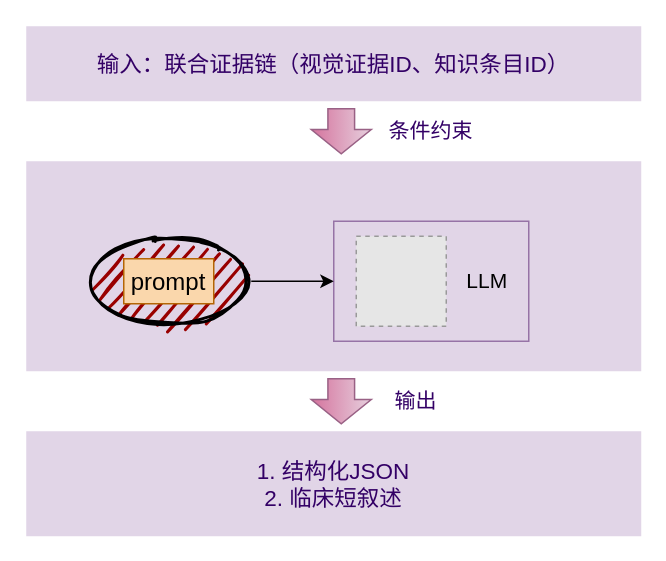
Earlier version of the draw.io diagram ThesisProposal/draft/开题报告-cc-v5/figures_v3/图10受约束报告生成流程示意图.drawio (XiaoHG/medical-report-generation). Source tidied: cells renumbered, new cells numbered last; positions are measured from the earlier drawing's top-left corner, leaving out a move shared by most shapes. Both pictures are drawn from the tidied source at 150%, with x=0, y=0 at pixel (26, 26). Pictures stored in the file or linked from it are replaced by grey dashed boxes.
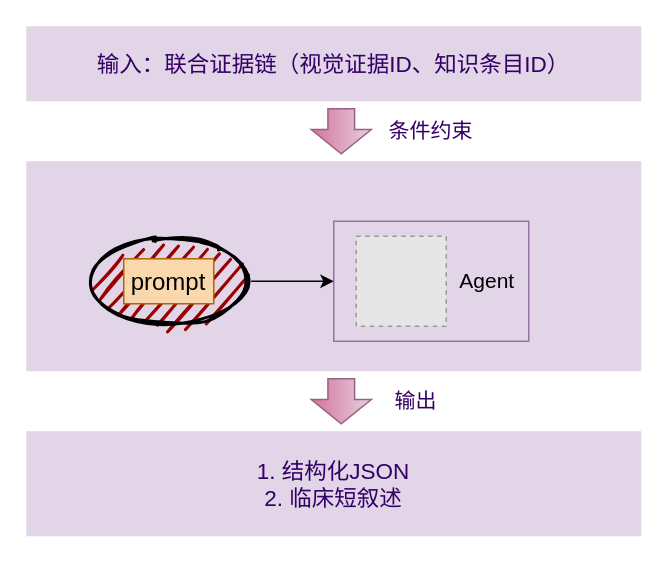
After the change.

Commit message (it also covers changes not shown here):
更新开题报告 v5 配图与文档

The edit, as a diff of the source:
```diff
@@
 <mxGraphModel>
   <root>
     <mxCell id="0" />
     <mxCell id="1" parent="0" />
     <mxCell id="2" value="输入：联合证据链（视觉证据ID、知识条目ID）" style="rounded=0;whiteSpace=wrap;html=1;fontSize=15;fillColor=#e1d5e7;strokeColor=none;fontColor=#330066;" parent="1" vertex="1">
       <mxGeometry width="410" height="50" as="geometry" />
     </mxCell>
     <mxCell id="3" style="rounded=0;whiteSpace=wrap;html=1;fontSize=15;fillColor=#e1d5e7;strokeColor=none;" parent="1" vertex="1">
       <mxGeometry y="90" width="410" height="140" as="geometry" />
     </mxCell>
     <mxCell id="4" style="rounded=1;whiteSpace=wrap;html=1;fontSize=14;arcSize=0;fillColor=#e1d5e7;strokeColor=#9673a6;fontStyle=0;fontColor=#330066;" parent="1" vertex="1">
       <mxGeometry x="205" y="130" width="130" height="80" as="geometry" />
     </mxCell>
     <mxCell id="5" value="1. 结构化JSON&lt;br&gt;2. 临床短叙述" style="rounded=0;whiteSpace=wrap;html=1;fontSize=15;fillColor=#e1d5e7;strokeColor=none;fontColor=#330066;" parent="1" vertex="1">
       <mxGeometry y="270" width="410" height="70" as="geometry" />
     </mxCell>
     <mxCell id="6" value="条件约束" style="text;html=1;whiteSpace=wrap;strokeColor=none;fillColor=none;align=center;verticalAlign=middle;rounded=0;fontSize=14;fontColor=#330066;" parent="1" vertex="1">
       <mxGeometry x="240" y="55" width="60" height="30" as="geometry" />
     </mxCell>
     <mxCell id="7" style="shape=singleArrow;whiteSpace=wrap;html=1;direction=south;arrowWidth=0.4444444444444457;arrowSize=0.5395833333333314;fillColor=#e6d0de;gradientColor=#d5739d;strokeColor=#996185;" parent="1" vertex="1">
       <mxGeometry x="190" y="55" width="40" height="30" as="geometry" />
     </mxCell>
     <mxCell id="8" style="shape=singleArrow;whiteSpace=wrap;html=1;direction=south;arrowWidth=0.4444444444444457;arrowSize=0.5395833333333314;fillColor=#e6d0de;gradientColor=#d5739d;strokeColor=#996185;" parent="1" vertex="1">
       <mxGeometry x="190" y="235" width="40" height="30" as="geometry" />
     </mxCell>
     <mxCell id="9" value="输出" style="text;html=1;whiteSpace=wrap;strokeColor=none;fillColor=none;align=center;verticalAlign=middle;rounded=0;fontSize=14;fontColor=#330066;" parent="1" vertex="1">
       <mxGeometry x="230" y="235" width="60" height="30" as="geometry" />
     </mxCell>
     <mxCell id="10" style="edgeStyle=orthogonalEdgeStyle;rounded=0;jettySize=auto;html=1;defaultLabelBackgroundColor=page;labelPadding=0 4;" parent="1" edge="1" source="11" target="4">
       <mxGeometry relative="1" as="geometry" />
     </mxCell>
     <mxCell id="11" style="ellipse;whiteSpace=wrap;html=1;strokeWidth=2;fillWeight=2;hachureGap=8;fillColor=#990000;fillStyle=dots;sketch=1;" parent="1" vertex="1">
       <mxGeometry x="40" y="140" width="110" height="60" as="geometry" />
     </mxCell>
     <mxCell id="12" value="prompt" style="text;html=1;whiteSpace=wrap;strokeColor=#b46504;fillColor=#fad7ac;align=center;verticalAlign=middle;rounded=0;fontSize=16;" parent="1" vertex="1">
       <mxGeometry x="65" y="155" width="60" height="30" as="geometry" />
     </mxCell>
     <mxCell id="13" style="fillColor=#E6E6E6;strokeColor=#999999;dashed=1;verticalLabelPosition=bottom;labelBackgroundColor=default;verticalAlign=top;" parent="1" vertex="1">
       <mxGeometry x="220" y="140" width="60" height="60" as="geometry" />
     </mxCell>
-    <mxCell id="14" value="LLM" style="text;html=1;whiteSpace=wrap;strokeColor=none;fillColor=none;align=center;verticalAlign=middle;rounded=0;fontSize=14;" parent="1" vertex="1">
+    <mxCell id="14" value="Agent" style="text;html=1;whiteSpace=wrap;strokeColor=none;fillColor=none;align=center;verticalAlign=middle;rounded=0;fontSize=14;" parent="1" vertex="1">
       <mxGeometry x="280" y="155" width="55" height="30" as="geometry" />
     </mxCell>
   </root>
 </mxGraphModel>
```
